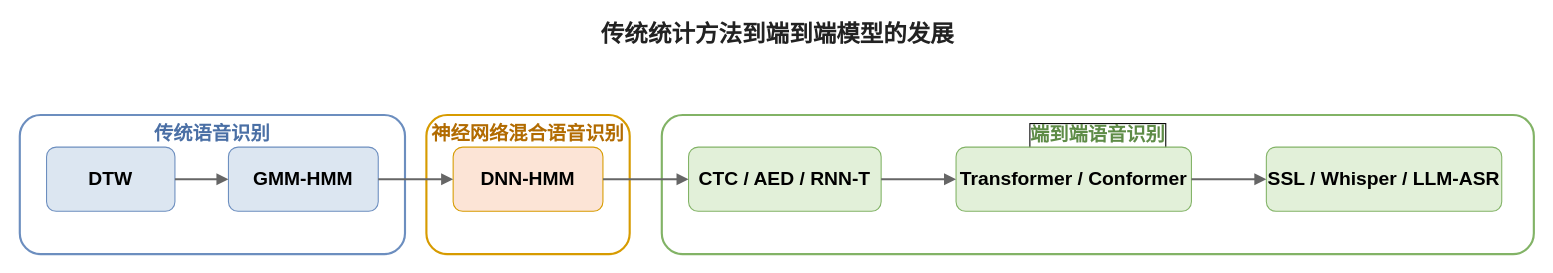
Above: page "第 1 页" (1 of 2) of 4.1.drawio in genanalucy/e2easr (draw.io), before the change. Source tidied: cells renumbered, new cells numbered last; positions are measured from the earlier drawing's top-left corner, leaving out a move shared by most shapes. Both pictures are drawn from the tidied source at 107%, with x=0, y=0 at pixel (19, 18).
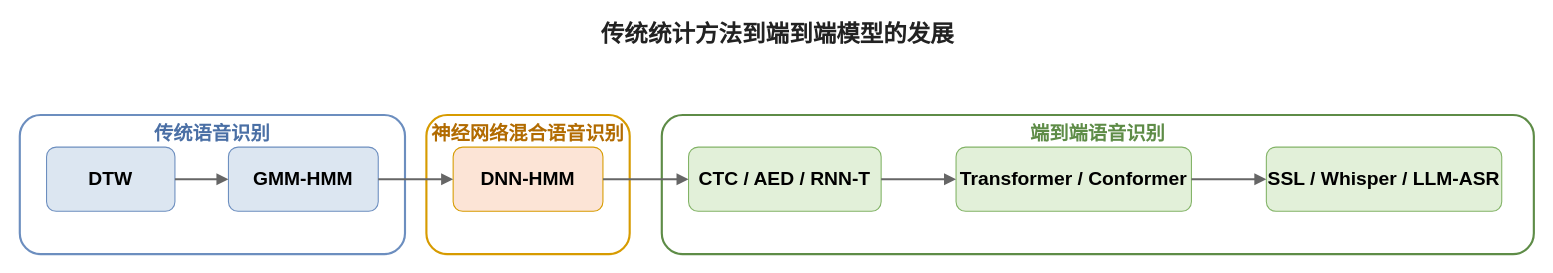
Above is the later version.

Change to the diagram source:
```diff
@@
 <mxGraphModel>
   <root>
     <mxCell id="0" />
     <mxCell id="1" parent="0" />
     <mxCell id="2" style="group;" parent="1" vertex="1">
       <mxGeometry width="1415" height="220" as="geometry" />
     </mxCell>
     <mxCell id="3" value="传统统计方法到端到端模型的发展" style="text;html=1;strokeColor=none;fillColor=none;align=center;verticalAlign=middle;fontSize=22;fontStyle=1;fontColor=#222222;" parent="2" vertex="1">
       <mxGeometry x="497.5" width="420" height="30" as="geometry" />
     </mxCell>
     <mxCell id="4" value="神经网络混合语音识别" style="rounded=1;whiteSpace=wrap;html=1;fillColor=none;strokeColor=#D79B00;strokeWidth=2;dashed=0;fontSize=18;fontStyle=1;fontColor=#B26B00;align=center;verticalAlign=top;spacingTop=1;spacingBottom=0;" parent="2" vertex="1">
       <mxGeometry x="380" y="90" width="190" height="130" as="geometry" />
     </mxCell>
-    <mxCell id="5" value="端到端语音识别" style="rounded=1;whiteSpace=wrap;html=1;fillColor=none;strokeColor=#82B366;strokeWidth=2;dashed=0;fontSize=18;fontStyle=1;fontColor=#5E8C47;align=center;verticalAlign=top;spacingTop=1;labelBorderColor=default;spacingBottom=0;" parent="2" vertex="1">
+    <mxCell id="5" value="端到端语音识别" style="rounded=1;whiteSpace=wrap;html=1;fillColor=none;strokeColor=light-dark(#5e8c47, #ededed);strokeWidth=2;dashed=0;fontSize=18;fontStyle=1;fontColor=#5E8C47;align=center;verticalAlign=top;spacingTop=1;labelBorderColor=none;spacingBottom=0;" parent="2" vertex="1">
       <mxGeometry x="600" y="90" width="815" height="130" as="geometry" />
     </mxCell>
     <mxCell id="6" value="传统语音识别" style="rounded=1;whiteSpace=wrap;html=1;fillColor=none;strokeColor=#6C8EBF;strokeWidth=2;dashed=0;fontSize=18;fontStyle=1;fontColor=#4A6FA5;align=center;verticalAlign=top;spacingTop=1;labelBackgroundColor=none;spacingBottom=0;" parent="2" vertex="1">
       <mxGeometry y="90" width="360" height="130" as="geometry" />
     </mxCell>
     <mxCell id="7" value="DTW" style="rounded=1;whiteSpace=wrap;fillColor=#DCE6F1;strokeColor=#6C8EBF;fontColor=#000000;fontSize=18;labelBackgroundColor=none;labelBorderColor=none;fontStyle=1;horizontal=1;html=1;fontFamily=Helvetica;" parent="2" vertex="1">
       <mxGeometry x="25" y="120" width="120" height="60" as="geometry" />
     </mxCell>
     <mxCell id="8" value="GMM-HMM" style="rounded=1;whiteSpace=wrap;fillColor=#DCE6F1;strokeColor=#6C8EBF;fontColor=#000000;fontSize=18;labelBackgroundColor=none;labelBorderColor=none;fontStyle=1;horizontal=1;html=1;fontFamily=Helvetica;" parent="2" vertex="1">
       <mxGeometry x="195" y="120" width="140" height="60" as="geometry" />
     </mxCell>
     <mxCell id="9" value="DNN-HMM" style="rounded=1;whiteSpace=wrap;fillColor=#FCE4D6;strokeColor=#D79B00;fontColor=#000000;fontSize=18;labelBackgroundColor=none;labelBorderColor=none;fontStyle=1;horizontal=1;html=1;fontFamily=Helvetica;" parent="2" vertex="1">
       <mxGeometry x="405" y="120" width="140" height="60" as="geometry" />
     </mxCell>
     <mxCell id="10" value="CTC / AED / RNN-T" style="rounded=1;whiteSpace=wrap;fillColor=#E2F0D9;strokeColor=#82B366;fontColor=#000000;fontSize=18;labelBackgroundColor=none;labelBorderColor=none;fontStyle=1;horizontal=1;html=1;fontFamily=Helvetica;" parent="2" vertex="1">
       <mxGeometry x="625" y="120" width="180" height="60" as="geometry" />
     </mxCell>
     <mxCell id="11" value="Transformer / Conformer" style="rounded=1;whiteSpace=wrap;fillColor=#E2F0D9;strokeColor=#82B366;fontColor=#000000;fontSize=18;labelBackgroundColor=none;labelBorderColor=none;fontStyle=1;horizontal=1;html=1;fontFamily=Helvetica;" parent="2" vertex="1">
       <mxGeometry x="875" y="120" width="220" height="60" as="geometry" />
     </mxCell>
     <mxCell id="12" value="SSL / Whisper / LLM-ASR" style="rounded=1;whiteSpace=wrap;fillColor=#E2F0D9;strokeColor=#82B366;fontColor=#000000;fontSize=18;labelBackgroundColor=none;labelBorderColor=none;fontStyle=1;horizontal=1;html=1;fontFamily=Helvetica;" parent="2" vertex="1">
       <mxGeometry x="1165" y="120" width="220" height="60" as="geometry" />
     </mxCell>
     <mxCell id="13" style="edgeStyle=orthogonalEdgeStyle;rounded=0;jettySize=auto;html=1;strokeColor=#666666;strokeWidth=2;endArrow=block;endFill=1;" parent="2" edge="1" source="7" target="8">
       <mxGeometry relative="1" as="geometry" />
     </mxCell>
     <mxCell id="14" style="edgeStyle=orthogonalEdgeStyle;rounded=0;jettySize=auto;html=1;strokeColor=#666666;strokeWidth=2;endArrow=block;endFill=1;" parent="2" edge="1" source="8" target="9">
       <mxGeometry relative="1" as="geometry" />
     </mxCell>
     <mxCell id="15" style="edgeStyle=orthogonalEdgeStyle;rounded=0;jettySize=auto;html=1;strokeColor=#666666;strokeWidth=2;endArrow=block;endFill=1;" parent="2" edge="1" source="9" target="10">
       <mxGeometry relative="1" as="geometry" />
     </mxCell>
     <mxCell id="16" style="edgeStyle=orthogonalEdgeStyle;rounded=0;jettySize=auto;html=1;strokeColor=#666666;strokeWidth=2;endArrow=block;endFill=1;" parent="2" edge="1" source="10" target="11">
       <mxGeometry relative="1" as="geometry" />
     </mxCell>
     <mxCell id="17" style="edgeStyle=orthogonalEdgeStyle;rounded=0;jettySize=auto;html=1;strokeColor=#666666;strokeWidth=2;endArrow=block;endFill=1;" parent="2" edge="1" source="11" target="12">
       <mxGeometry relative="1" as="geometry" />
     </mxCell>
   </root>
 </mxGraphModel>
```
